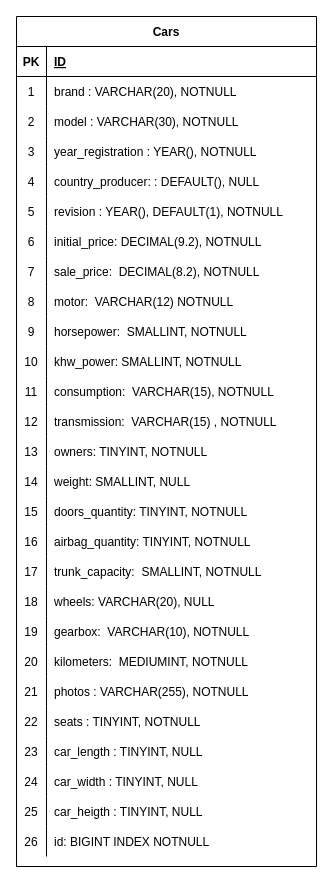
Above: structure.drawio in 78741722Ale/db-first (draw.io), before the change. Source tidied: cells renumbered, new cells numbered last; positions are measured from the earlier drawing's top-left corner, leaving out a move shared by most shapes. Both pictures are drawn from the tidied source at 100%, with x=0, y=0 at pixel (16, 16).
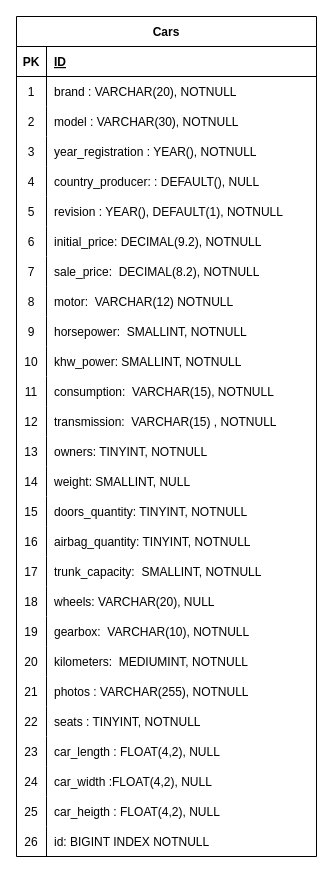
Above is the later version.

Commit message (it also covers changes not shown here):
Aggiornato struttura dati per le dimensioni del veicolo, da Tinyint a Float (4,2)

Unchanged cells that the change refers to:
```xml
<mxCell id="72" style="shape=partialRectangle;fillColor=none;top=0;left=0;bottom=0;right=0;" parent="2" vertex="1">
  <mxGeometry y="720" width="300" height="30" as="geometry" />
</mxCell>
<mxCell id="75" style="shape=partialRectangle;fillColor=none;top=0;left=0;bottom=0;right=0;" parent="2" vertex="1">
  <mxGeometry y="750" width="300" height="30" as="geometry" />
</mxCell>
<mxCell id="78" style="shape=partialRectangle;fillColor=none;top=0;left=0;bottom=0;right=0;" parent="2" vertex="1">
  <mxGeometry y="780" width="300" height="30" as="geometry" />
</mxCell>
```

Change to the diagram source:
```diff
@@
     <mxCell id="2" value="Cars" style="shape=table;startSize=30;childLayout=tableLayout;rowLines=0;fontStyle=1;align=center;" parent="1" vertex="1">
-      <mxGeometry width="300" height="850" as="geometry" />
+      <mxGeometry width="300" height="840" as="geometry" />
     </mxCell>
@@
-    <mxCell id="74" value="car_length : TINYINT, NULL" style="shape=partialRectangle;fillColor=none;top=0;left=0;bottom=0;right=0;align=left;spacingLeft=6;overflow=hidden;" parent="72" vertex="1">
+    <mxCell id="74" value="car_length : FLOAT(4,2), NULL" style="shape=partialRectangle;fillColor=none;top=0;left=0;bottom=0;right=0;align=left;spacingLeft=6;overflow=hidden;" parent="72" vertex="1">
       <mxGeometry x="30" width="270" height="30" as="geometry" />
     </mxCell>
@@
-    <mxCell id="77" value="car_width : TINYINT, NULL" style="shape=partialRectangle;fillColor=none;top=0;left=0;bottom=0;right=0;align=left;spacingLeft=6;overflow=hidden;" parent="75" vertex="1">
+    <mxCell id="77" value="car_width :FLOAT(4,2), NULL" style="shape=partialRectangle;fillColor=none;top=0;left=0;bottom=0;right=0;align=left;spacingLeft=6;overflow=hidden;" parent="75" vertex="1">
       <mxGeometry x="30" width="270" height="30" as="geometry" />
     </mxCell>
@@
-    <mxCell id="80" value="car_heigth : TINYINT, NULL" style="shape=partialRectangle;fillColor=none;top=0;left=0;bottom=0;right=0;align=left;spacingLeft=6;overflow=hidden;" parent="78" vertex="1">
+    <mxCell id="80" value="car_heigth : FLOAT(4,2), NULL" style="shape=partialRectangle;fillColor=none;top=0;left=0;bottom=0;right=0;align=left;spacingLeft=6;overflow=hidden;" parent="78" vertex="1">
       <mxGeometry x="30" width="270" height="30" as="geometry" />
     </mxCell>
```
